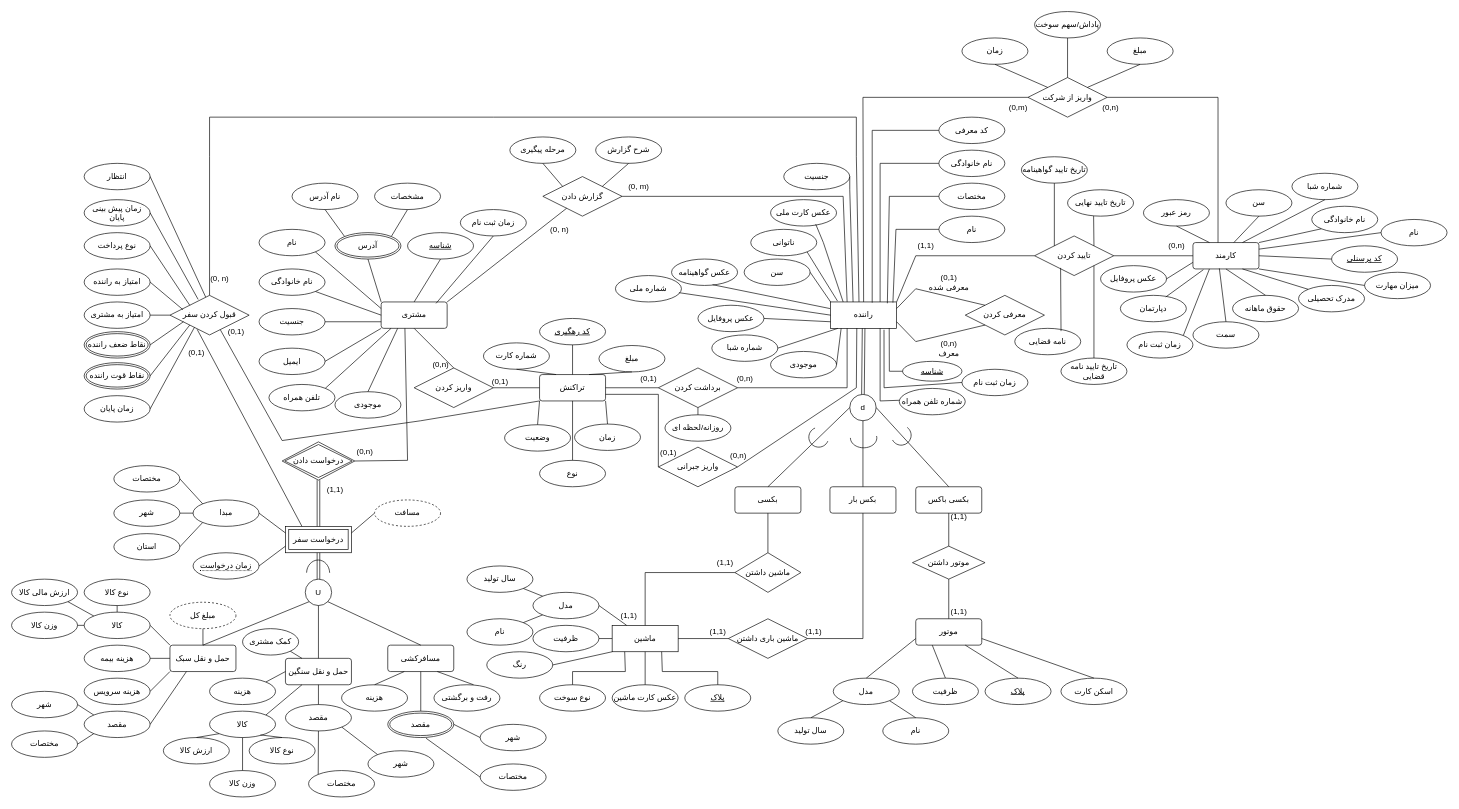
The draw.io diagram EER/Diagram.drawio in sedwna/BAXI, before the edit. Source tidied: cells renumbered, new cells numbered last; positions are measured from the earlier drawing's top-left corner, leaving out a move shared by most shapes. Both pictures are drawn from the tidied source at 66%, with x=0, y=0 at pixel (11, 11).
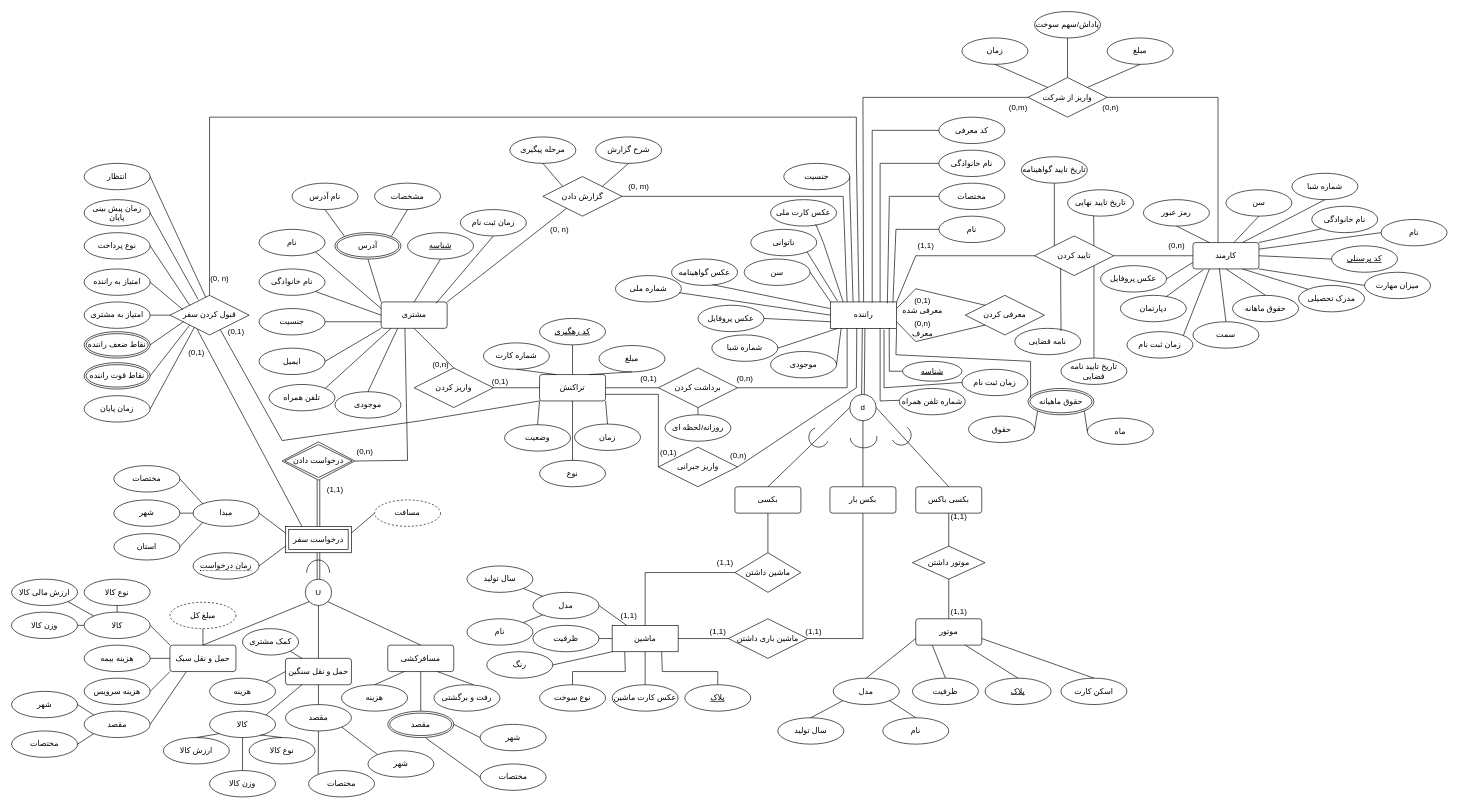
Above is the later version.

Commit message (it also covers changes not shown here):
Add month salary to eer and tables

Unchanged cells that the change refers to:
```xml
<mxCell id="2" value="راننده" style="whiteSpace=wrap;html=1;align=center;" parent="1" vertex="1">
  <mxGeometry x="1241" y="440" width="100" height="40" as="geometry" />
</mxCell>
```

Diff of the diagram source:
```diff
@@
     <mxCell id="34" value="&lt;div&gt;(0,1)&lt;/div&gt;&lt;div&gt;معرفی شده&lt;br&gt;&lt;/div&gt;" style="text;html=1;align=center;verticalAlign=middle;strokeColor=none;fillColor=none;" parent="1" vertex="1">
-      <mxGeometry x="1380" y="390" width="80" height="40" as="geometry" />
+      <mxGeometry x="1340" y="425" width="80" height="40" as="geometry" />
     </mxCell>
     <mxCell id="35" value="&lt;div&gt;(0,n)&lt;/div&gt;&lt;div&gt;معرف&lt;br&gt;&lt;/div&gt;" style="text;html=1;align=center;verticalAlign=middle;strokeColor=none;fillColor=none;" parent="1" vertex="1">
-      <mxGeometry x="1395" y="490" width="50" height="40" as="geometry" />
+      <mxGeometry x="1355" y="460" width="50" height="40" as="geometry" />
     </mxCell>
@@
+    <mxCell id="313" value="حقوق ماهیانه" style="ellipse;shape=doubleEllipse;margin=3;whiteSpace=wrap;html=1;align=center;" parent="1" vertex="1">
+      <mxGeometry x="1540" y="571" width="100" height="40" as="geometry" />
+    </mxCell>
+    <mxCell id="314" value="ماه" style="ellipse;whiteSpace=wrap;html=1;align=center;" parent="1" vertex="1">
+      <mxGeometry x="1630" y="616" width="100" height="40" as="geometry" />
+    </mxCell>
+    <mxCell id="315" value="حقوق" style="ellipse;whiteSpace=wrap;html=1;align=center;" parent="1" vertex="1">
+      <mxGeometry x="1450" y="613" width="100" height="40" as="geometry" />
+    </mxCell>
+    <mxCell id="316" style="endArrow=none;html=1;rounded=0;entryX=0;entryY=1;entryDx=0;entryDy=0;exitX=1;exitY=0.5;exitDx=0;exitDy=0;" parent="1" edge="1" source="315" target="313">
+      <mxGeometry relative="1" as="geometry" />
+    </mxCell>
+    <mxCell id="317" style="endArrow=none;html=1;rounded=0;entryX=1;entryY=1;entryDx=0;entryDy=0;exitX=0;exitY=0.5;exitDx=0;exitDy=0;" parent="1" edge="1" source="314" target="313">
+      <mxGeometry relative="1" as="geometry" />
+    </mxCell>
+    <mxCell id="318" style="endArrow=none;html=1;rounded=0;exitX=1;exitY=1;exitDx=0;exitDy=0;entryX=0.04;entryY=0.35;entryDx=0;entryDy=0;entryPerimeter=0;" parent="1" edge="1" source="2" target="313">
+      <mxGeometry relative="1" as="geometry">
+        <Array as="points">
+          <mxPoint x="1340" y="520" />
+          <mxPoint x="1544" y="530" />
+        </Array>
+      </mxGeometry>
+    </mxCell>
```
